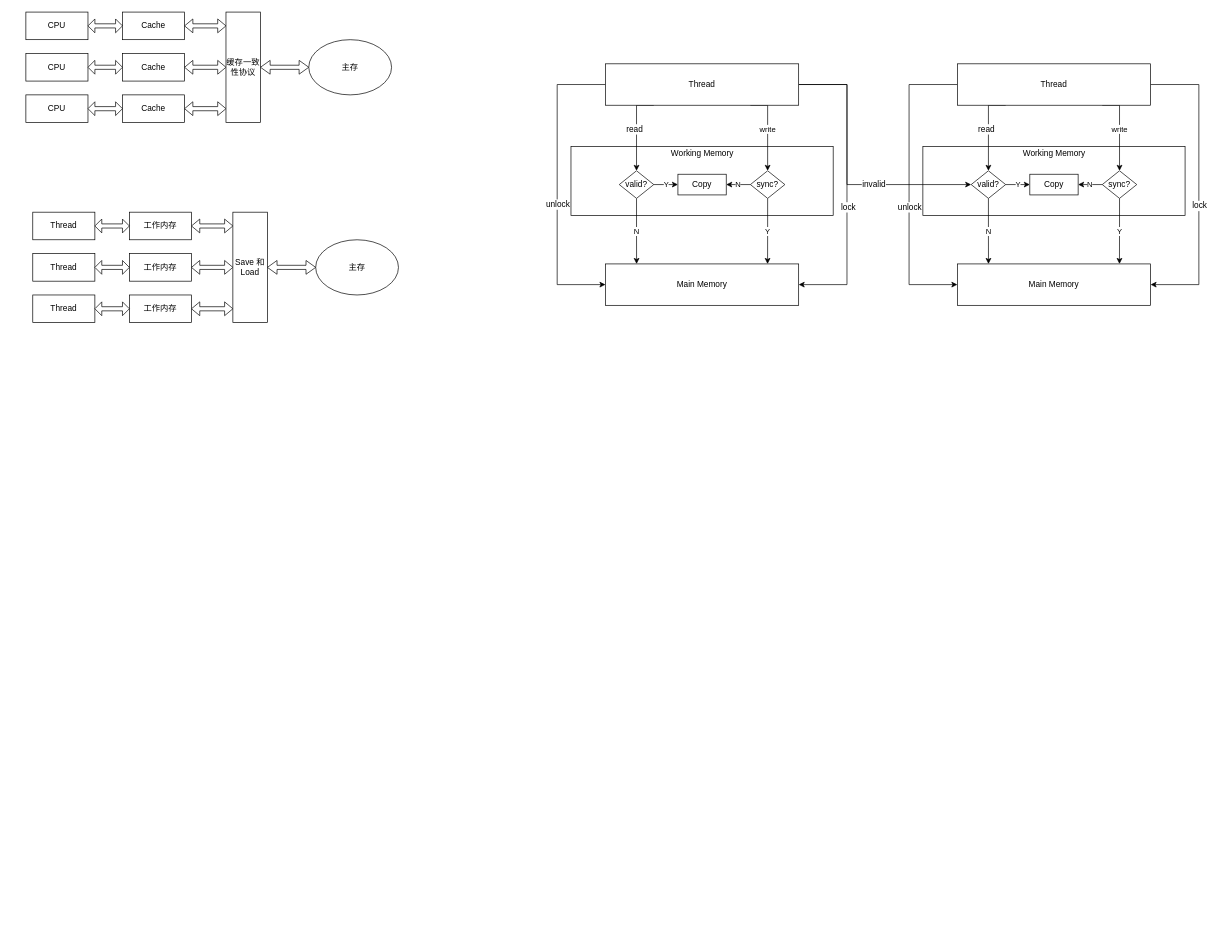
CreateChance/DrawIO keeps this draw.io diagram as java_concurrency.drawio. Above is the earlier version. Source tidied: cells renumbered, new cells numbered last; positions are measured from the earlier drawing's top-left corner, leaving out a move shared by most shapes. Both pictures are drawn from the tidied source at 69%, with x=0, y=0 at pixel (26, 12).
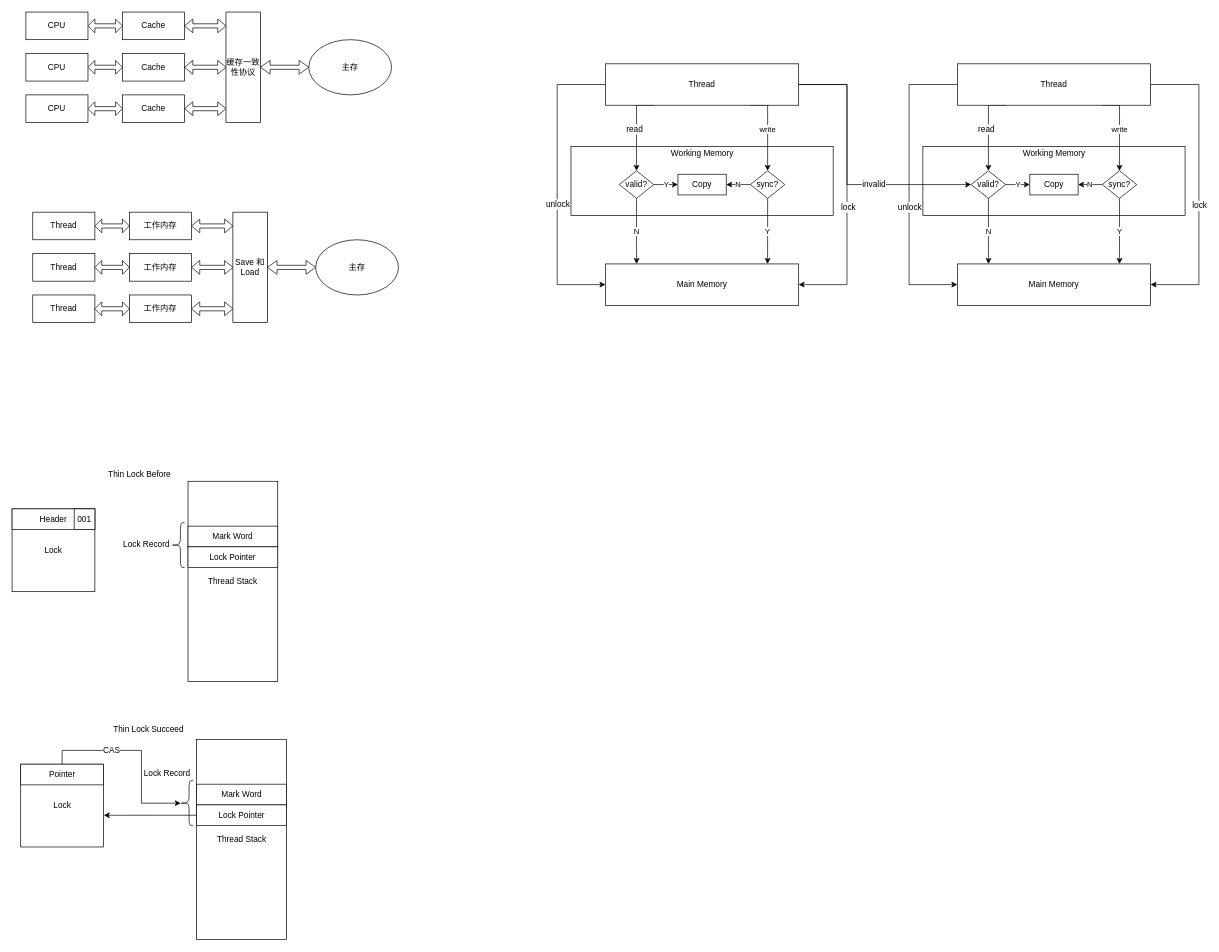
After the change.

Change to the diagram source:
```diff
@@
+    <mxCell id="70" value="Lock" style="rounded=0;whiteSpace=wrap;html=1;" parent="1" vertex="1">
+      <mxGeometry x="-20" y="720" width="120" height="120" as="geometry" />
+    </mxCell>
+    <mxCell id="71" value="Header" style="rounded=0;whiteSpace=wrap;html=1;" parent="1" vertex="1">
+      <mxGeometry x="-20" y="720" width="120" height="30" as="geometry" />
+    </mxCell>
+    <mxCell id="72" value="001" style="rounded=0;whiteSpace=wrap;html=1;" parent="1" vertex="1">
+      <mxGeometry x="70" y="720" width="30" height="30" as="geometry" />
+    </mxCell>
+    <mxCell id="73" value="Thread Stack" style="rounded=0;whiteSpace=wrap;html=1;" parent="1" vertex="1">
+      <mxGeometry x="235" y="680" width="130" height="290" as="geometry" />
+    </mxCell>
+    <mxCell id="74" value="Mark Word" style="rounded=0;whiteSpace=wrap;html=1;" parent="1" vertex="1">
+      <mxGeometry x="235" y="745" width="130" height="30" as="geometry" />
+    </mxCell>
+    <mxCell id="75" value="Lock Pointer" style="rounded=0;whiteSpace=wrap;html=1;" parent="1" vertex="1">
+      <mxGeometry x="235" y="775" width="130" height="30" as="geometry" />
+    </mxCell>
+    <mxCell id="76" style="shape=curlyBracket;whiteSpace=wrap;html=1;rounded=1;size=0.7;" parent="1" vertex="1">
+      <mxGeometry x="210" y="740" width="20" height="65" as="geometry" />
+    </mxCell>
+    <mxCell id="77" value="Lock Record" style="text;html=1;strokeColor=none;fillColor=none;align=center;verticalAlign=middle;whiteSpace=wrap;rounded=0;" parent="1" vertex="1">
+      <mxGeometry x="140" y="763" width="70" height="17" as="geometry" />
+    </mxCell>
+    <mxCell id="78" value="Thin Lock Before" style="text;html=1;strokeColor=none;fillColor=none;align=center;verticalAlign=middle;whiteSpace=wrap;rounded=0;" parent="1" vertex="1">
+      <mxGeometry x="110" y="660" width="110" height="20" as="geometry" />
+    </mxCell>
+    <mxCell id="79" value="Lock" style="rounded=0;whiteSpace=wrap;html=1;" parent="1" vertex="1">
+      <mxGeometry x="-7.5" y="1090" width="120" height="120" as="geometry" />
+    </mxCell>
+    <mxCell id="80" style="edgeStyle=orthogonalEdgeStyle;rounded=0;jettySize=auto;html=1;exitX=0.5;exitY=0;exitDx=0;exitDy=0;entryX=0.1;entryY=0.5;entryDx=0;entryDy=0;entryPerimeter=0;" parent="1" edge="1" source="82" target="87">
+      <mxGeometry relative="1" as="geometry" />
+    </mxCell>
+    <mxCell id="81" value="CAS" style="text;html=1;align=center;verticalAlign=middle;labelBackgroundColor=#ffffff;" parent="80" vertex="1">
+      <mxGeometry x="-0.32" y="1" relative="1" as="geometry" />
+    </mxCell>
+    <mxCell id="82" value="Pointer" style="rounded=0;whiteSpace=wrap;html=1;" parent="1" vertex="1">
+      <mxGeometry x="-7.5" y="1090" width="120" height="30" as="geometry" />
+    </mxCell>
+    <mxCell id="83" value="Thread Stack" style="rounded=0;whiteSpace=wrap;html=1;" parent="1" vertex="1">
+      <mxGeometry x="247.5" y="1054" width="130" height="290" as="geometry" />
+    </mxCell>
+    <mxCell id="84" value="Mark Word" style="rounded=0;whiteSpace=wrap;html=1;" parent="1" vertex="1">
+      <mxGeometry x="247.5" y="1119" width="130" height="30" as="geometry" />
+    </mxCell>
+    <mxCell id="85" style="edgeStyle=orthogonalEdgeStyle;rounded=0;jettySize=auto;html=1;exitX=0;exitY=0.5;exitDx=0;exitDy=0;entryX=1.004;entryY=0.617;entryDx=0;entryDy=0;entryPerimeter=0;" parent="1" edge="1" source="86" target="79">
+      <mxGeometry relative="1" as="geometry" />
+    </mxCell>
+    <mxCell id="86" value="Lock Pointer" style="rounded=0;whiteSpace=wrap;html=1;" parent="1" vertex="1">
+      <mxGeometry x="247.5" y="1149" width="130" height="30" as="geometry" />
+    </mxCell>
+    <mxCell id="87" style="shape=curlyBracket;whiteSpace=wrap;html=1;rounded=1;size=0.7;" parent="1" vertex="1">
+      <mxGeometry x="222.5" y="1114" width="20" height="65" as="geometry" />
+    </mxCell>
+    <mxCell id="88" value="Lock Record" style="text;html=1;strokeColor=none;fillColor=none;align=center;verticalAlign=middle;whiteSpace=wrap;rounded=0;" parent="1" vertex="1">
+      <mxGeometry x="170" y="1094" width="70" height="17" as="geometry" />
+    </mxCell>
+    <mxCell id="89" value="Thin Lock Succeed" style="text;html=1;strokeColor=none;fillColor=none;align=center;verticalAlign=middle;whiteSpace=wrap;rounded=0;" parent="1" vertex="1">
+      <mxGeometry x="122.5" y="1030" width="110" height="20" as="geometry" />
+    </mxCell>
```
